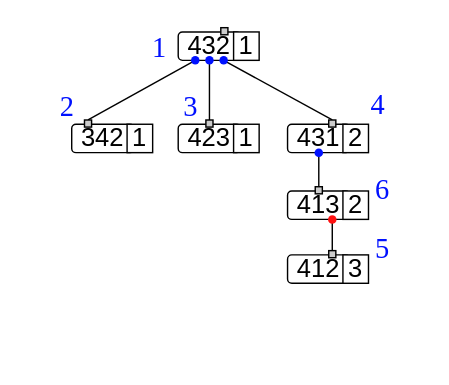
Earlier version of the draw.io diagram Trees/MSRtrees/aperiodic/aperiodicBellringer4.drawio (Al-ttaeeA/research). Source tidied: cells renumbered, new cells numbered last; positions are measured from the earlier drawing's top-left corner, leaving out a move shared by most shapes. Both pictures are drawn from the tidied source at 142%, with x=0, y=0 at pixel (24, 24).
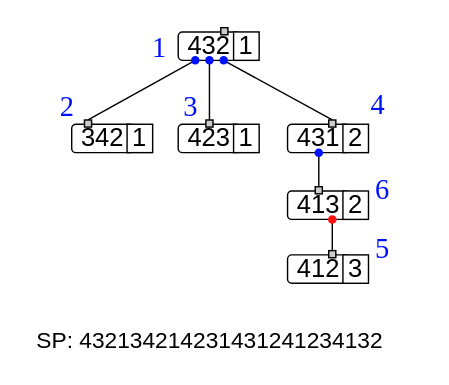
The same diagram, later.

Diff of the diagram source:
```diff
@@
+    <mxCell id="36" value="&lt;font style=&quot;font-size: 16px;&quot;&gt;SP: 432134214231431241234132&lt;/font&gt;" style="text;html=1;whiteSpace=wrap;strokeColor=none;fillColor=none;align=center;verticalAlign=middle;rounded=0;" parent="1" vertex="1">
+      <mxGeometry x="4.5" y="207" width="251" height="30" as="geometry" />
+    </mxCell>
```
